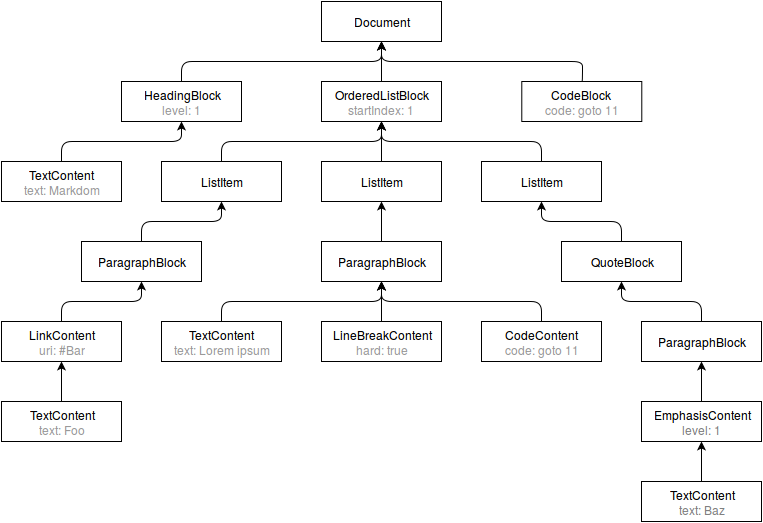
Before: 1.0/resource/markdom-example.png, a diagram exported from draw.io (markdom/specification). Source tidied: cells renumbered, new cells last; positions are measured from the earlier drawing's top-left corner, leaving out a move shared by most shapes.
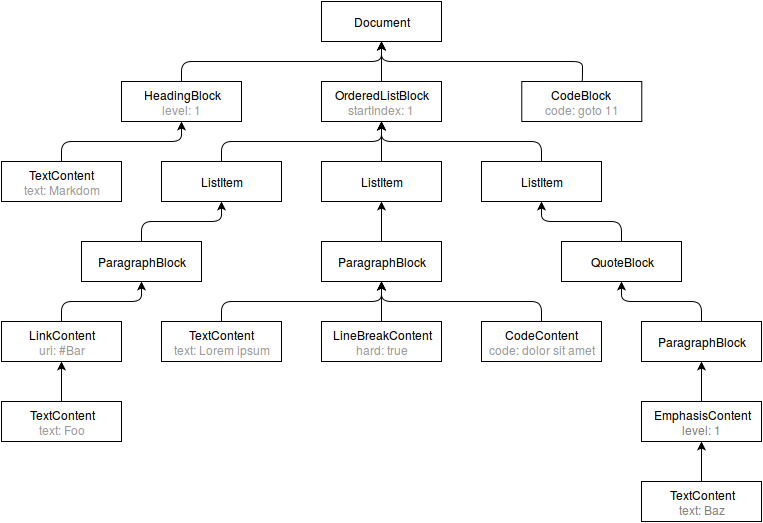
Later version of the same file.

What changed in the source:
```diff
@@ -105,7 +105,7 @@
         </Array>
       </mxGeometry>
     </mxCell>
-    <mxCell id="28" value="CodeContent&lt;br&gt;&lt;font color=&quot;#999999&quot;&gt;code: goto 11&lt;/font&gt;&lt;br&gt;" style="whiteSpace=wrap;html=1;" parent="1" vertex="1">
+    <mxCell id="28" value="CodeContent&lt;br&gt;&lt;font color=&quot;#999999&quot;&gt;code: dolor sit amet&lt;/font&gt;&lt;br&gt;" style="whiteSpace=wrap;html=1;" parent="1" vertex="1">
       <mxGeometry x="480" y="320" width="120" height="40" as="geometry" />
     </mxCell>
     <mxCell id="29" style="edgeStyle=orthogonalEdgeStyle;rounded=1;html=1;exitX=0.5;exitY=0;entryX=0.5;entryY=1;startArrow=none;startFill=0;endArrow=classic;endFill=1;jettySize=auto;strokeColor=#000000;strokeWidth=1;fontSize=11;" parent="1" edge="1" source="30" target="16">
```
